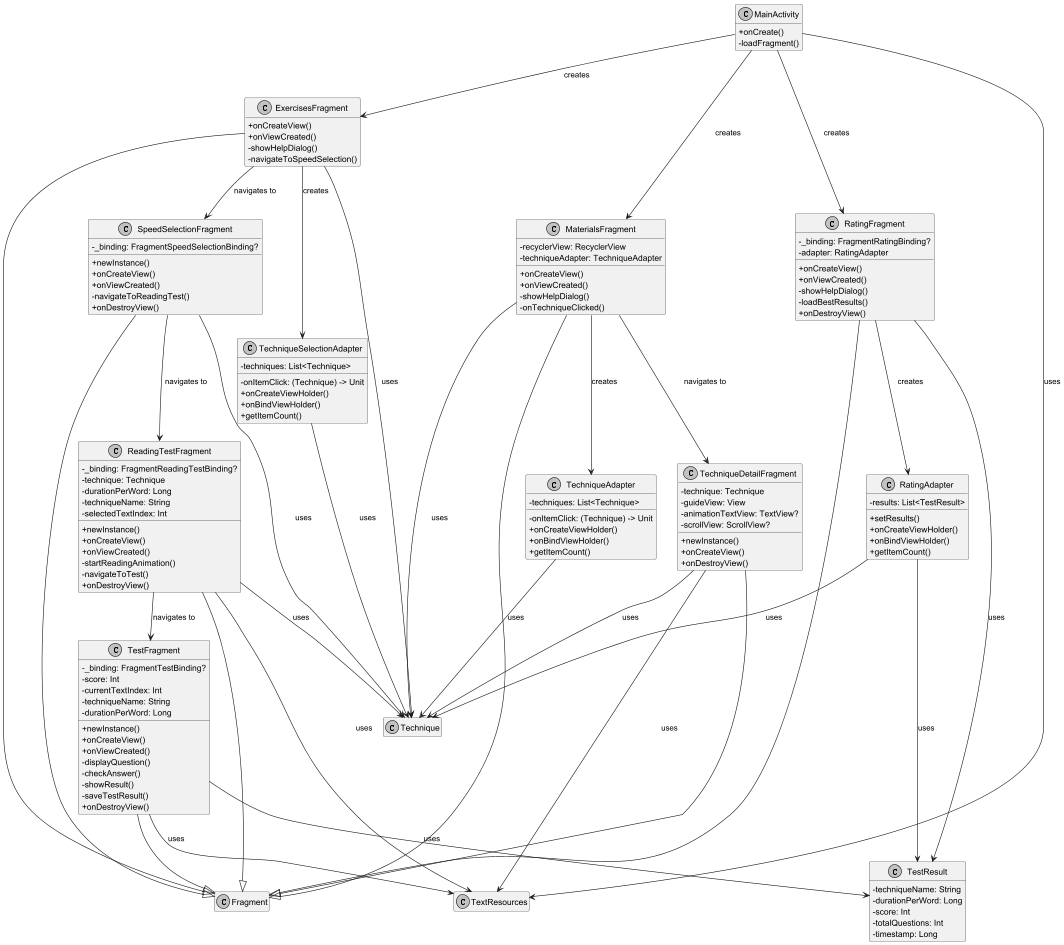
dmitryvsl/scorochtenie keeps this PlantUML diagram as diagram4.png. Above is the earlier version. The source it was exported from:
```plantuml
@startuml
skinparam monochrome true
skinparam classAttributeIconSize 0

class MainActivity {
  + onCreate()
  - loadFragment()
}

class ExercisesFragment {
  + onCreateView()
  + onViewCreated()
  - showHelpDialog()
  - navigateToSpeedSelection()
}

class MaterialsFragment {
  - recyclerView: RecyclerView
  - techniqueAdapter: TechniqueAdapter
  + onCreateView()
  + onViewCreated()
  - showHelpDialog()
  - onTechniqueClicked()
}

class RatingFragment {
  - _binding: FragmentRatingBinding?
  - adapter: RatingAdapter
  + onCreateView()
  + onViewCreated()
  - showHelpDialog()
  - loadBestResults()
  + onDestroyView()
}

class ReadingTestFragment {
  - _binding: FragmentReadingTestBinding?
  - technique: Technique
  - durationPerWord: Long
  - techniqueName: String
  - selectedTextIndex: Int
  + newInstance()
  + onCreateView()
  + onViewCreated()
  - startReadingAnimation()
  - navigateToTest()
  + onDestroyView()
}

class SpeedSelectionFragment {
  - _binding: FragmentSpeedSelectionBinding?
  + newInstance()
  + onCreateView()
  + onViewCreated()
  - navigateToReadingTest()
  + onDestroyView()
}

class TechniqueAdapter {
  - techniques: List<Technique>
  - onItemClick: (Technique) -> Unit
  + onCreateViewHolder()
  + onBindViewHolder()
  + getItemCount()
}

class TechniqueDetailFragment {
  - technique: Technique
  - guideView: View
  - animationTextView: TextView?
  - scrollView: ScrollView?
  + newInstance()
  + onCreateView()
  + onDestroyView()
}

class TechniqueSelectionAdapter {
  - techniques: List<Technique>
  - onItemClick: (Technique) -> Unit
  + onCreateViewHolder()
  + onBindViewHolder()
  + getItemCount()
}

class TestFragment {
  - _binding: FragmentTestBinding?
  - score: Int
  - currentTextIndex: Int
  - techniqueName: String
  - durationPerWord: Long
  + newInstance()
  + onCreateView()
  + onViewCreated()
  - displayQuestion()
  - checkAnswer()
  - showResult()
  - saveTestResult()
  + onDestroyView()
}

class RatingAdapter {
  - results: List<TestResult>
  + setResults()
  + onCreateViewHolder()
  + onBindViewHolder()
  + getItemCount()
}

class TestResult {
  - techniqueName: String
  - durationPerWord: Long
  - score: Int
  - totalQuestions: Int
  - timestamp: Long
}

class Technique

ExercisesFragment --|> Fragment
MaterialsFragment --|> Fragment
RatingFragment --|> Fragment
ReadingTestFragment --|> Fragment
SpeedSelectionFragment --|> Fragment
TechniqueDetailFragment --|> Fragment
TestFragment --|> Fragment

MainActivity --> ExercisesFragment : creates
MainActivity --> MaterialsFragment : creates
MainActivity --> RatingFragment : creates
MainActivity --> TextResources : uses

ExercisesFragment --> Technique : uses
ExercisesFragment --> TechniqueSelectionAdapter : creates
ExercisesFragment --> SpeedSelectionFragment : navigates to

MaterialsFragment --> Technique : uses
MaterialsFragment --> TechniqueAdapter : creates
MaterialsFragment --> TechniqueDetailFragment : navigates to

RatingFragment --> RatingAdapter : creates
RatingFragment --> TestResult : uses

ReadingTestFragment --> Technique : uses
ReadingTestFragment --> TextResources : uses
ReadingTestFragment --> TestFragment : navigates to

SpeedSelectionFragment --> Technique : uses
SpeedSelectionFragment --> ReadingTestFragment : navigates to

TechniqueAdapter --> Technique : uses
TechniqueSelectionAdapter --> Technique : uses

TechniqueDetailFragment --> Technique : uses
TechniqueDetailFragment --> TextResources : uses

TestFragment --> TextResources : uses
TestFragment --> TestResult : uses

RatingAdapter --> TestResult : uses
RatingAdapter --> Technique : uses

hide empty members
@enduml
```
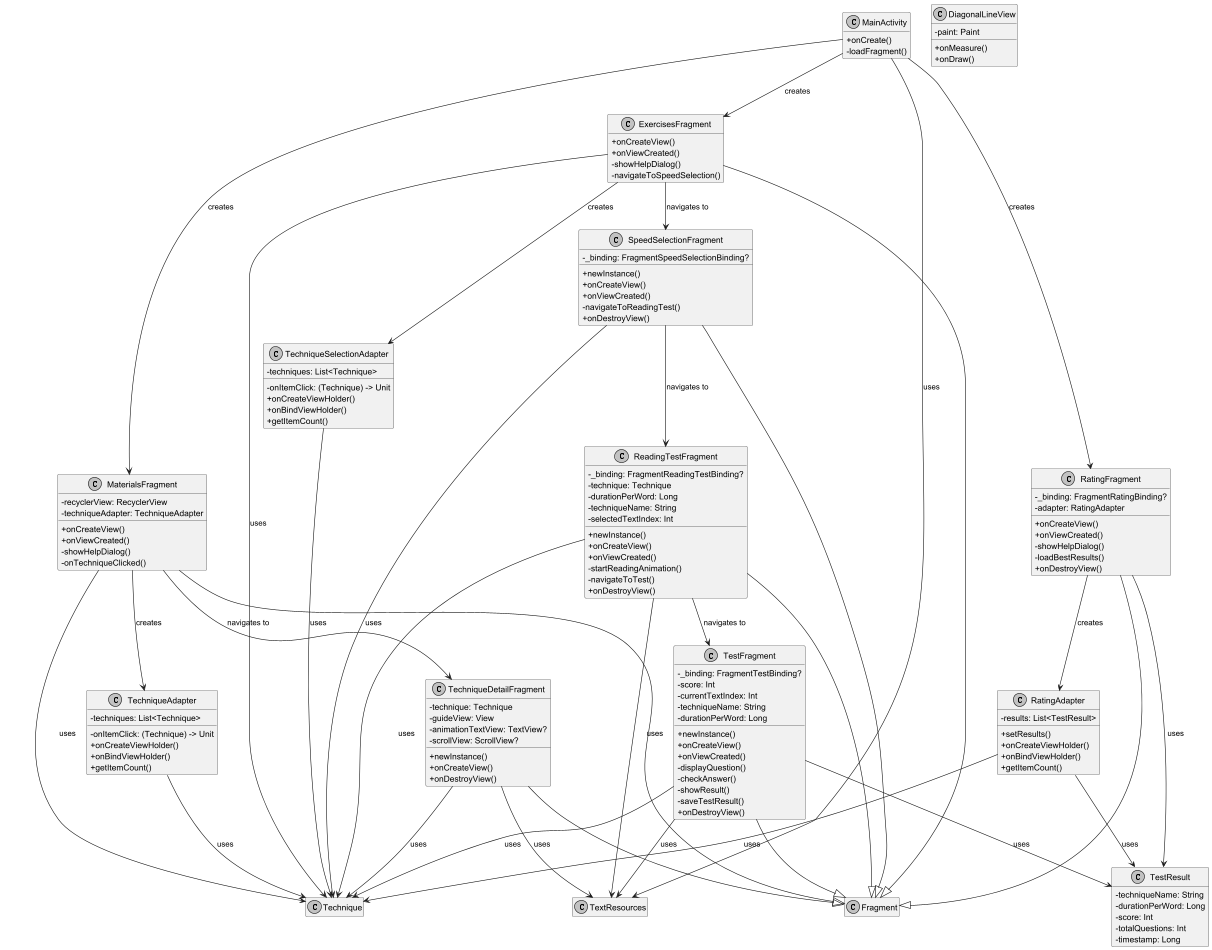
After the change.

Diff of the diagram source:
```diff
@@ -114,7 +114,15 @@
   - timestamp: Long
 }
 
-class Technique
+
+
+class DiagonalLineView {
+  - paint: Paint
+  + onMeasure()
+  + onDraw()
+}
+
+class TextResources
 
 ExercisesFragment --|> Fragment
 MaterialsFragment --|> Fragment
@@ -123,6 +131,7 @@
 SpeedSelectionFragment --|> Fragment
 TechniqueDetailFragment --|> Fragment
 TestFragment --|> Fragment
+
 
 MainActivity --> ExercisesFragment : creates
 MainActivity --> MaterialsFragment : creates
@@ -153,11 +162,13 @@
 TechniqueDetailFragment --> Technique : uses
 TechniqueDetailFragment --> TextResources : uses
 
+TestFragment --> Technique : uses
 TestFragment --> TextResources : uses
 TestFragment --> TestResult : uses
 
 RatingAdapter --> TestResult : uses
 RatingAdapter --> Technique : uses
 
+
 hide empty members
 @enduml
```
